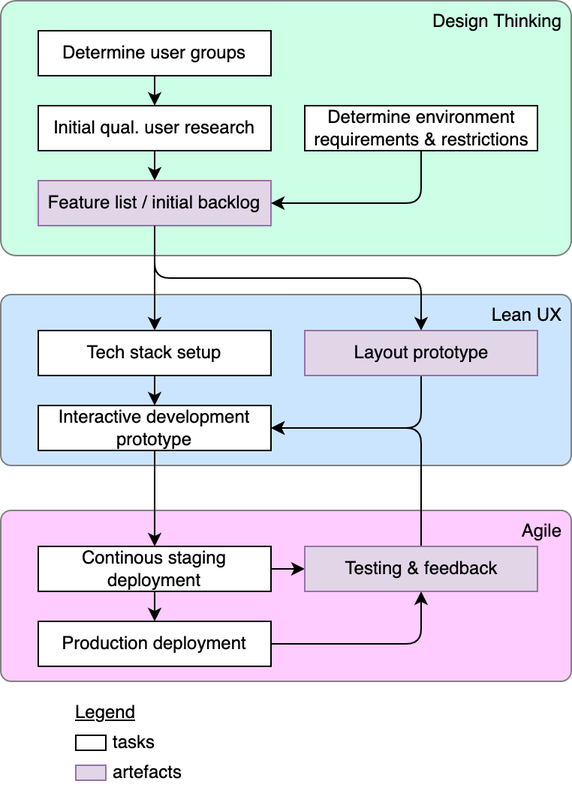
The draw.io diagram ba-text/pics/process.drawio.png in lokmeinmatz/ba-docs, before a commit. Source tidied: cells renumbered, new cells last; positions are measured from the earlier drawing's top-left corner, leaving out a move shared by most shapes.
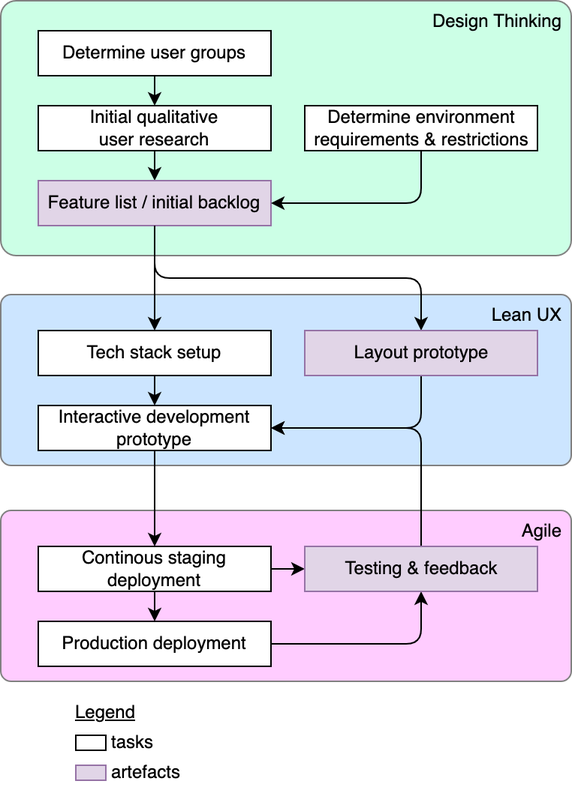
The same diagram one commit later.

What changed in the source:
```diff
@@ -20,7 +20,7 @@
     <mxCell id="7" style="edgeStyle=none;html=1;entryX=0.5;entryY=0;entryDx=0;entryDy=0;" parent="1" edge="1" source="8" target="10">
       <mxGeometry relative="1" as="geometry" />
     </mxCell>
-    <mxCell id="8" value="Initial qual. user research" style="rounded=0;whiteSpace=wrap;html=1;" parent="1" vertex="1">
+    <mxCell id="8" value="Initial qualitative&lt;br&gt;user research" style="rounded=0;whiteSpace=wrap;html=1;" parent="1" vertex="1">
       <mxGeometry x="25" y="70" width="155" height="30" as="geometry" />
     </mxCell>
     <mxCell id="9" style="edgeStyle=orthogonalEdgeStyle;html=1;exitX=0.5;exitY=1;exitDx=0;exitDy=0;" parent="1" edge="1" source="10" target="18">
```
